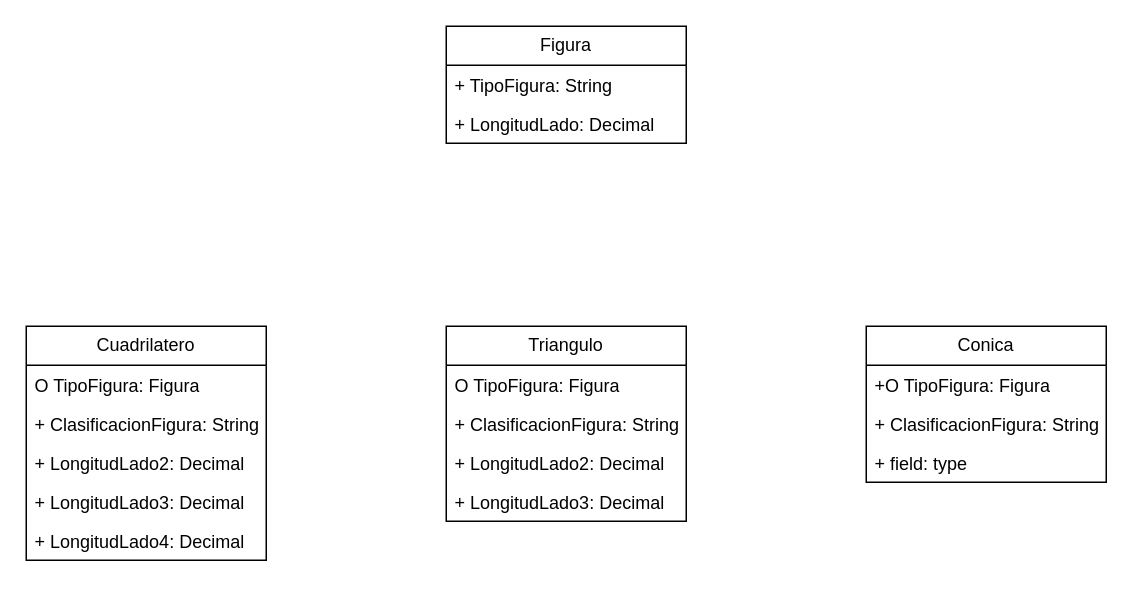
Above: Diagrama sin título.drawio in Francisco-Galea/Diagramas-y-Otros (draw.io), before the change. Source tidied: cells renumbered, new cells numbered last; positions are measured from the earlier drawing's top-left corner, leaving out a move shared by most shapes. Both pictures are drawn from the tidied source at 150%, with x=0, y=0 at pixel (26, 26).
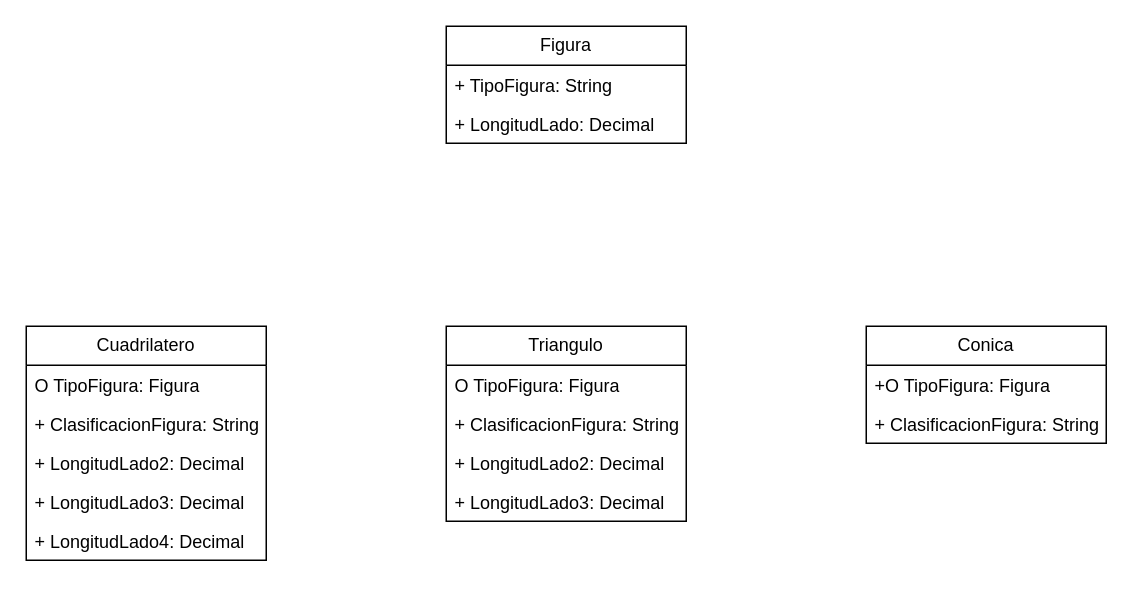
The same diagram, later.

What changed in the source:
```diff
@@
 <mxGraphModel>
   <root>
     <mxCell id="0" />
     <mxCell id="1" parent="0" />
     <mxCell id="2" value="Figura" style="swimlane;fontStyle=0;horizontal=1;startSize=26;fillColor=none;whiteSpace=wrap;html=1;" parent="1" vertex="1">
       <mxGeometry x="280" width="160" height="78" as="geometry" />
     </mxCell>
     <mxCell id="3" value="+ TipoFigura: String&lt;div&gt;&lt;br&gt;&lt;/div&gt;" style="text;strokeColor=none;fillColor=none;align=left;verticalAlign=top;spacingLeft=4;spacingRight=4;overflow=hidden;whiteSpace=wrap;html=1;" parent="2" vertex="1">
       <mxGeometry y="26" width="160" height="26" as="geometry" />
     </mxCell>
     <mxCell id="4" value="+ LongitudLado: Decimal" style="text;strokeColor=none;fillColor=none;align=left;verticalAlign=top;spacingLeft=4;spacingRight=4;overflow=hidden;whiteSpace=wrap;html=1;" parent="2" vertex="1">
       <mxGeometry y="52" width="160" height="26" as="geometry" />
     </mxCell>
     <mxCell id="5" value="Cuadrilatero" style="swimlane;fontStyle=0;horizontal=1;startSize=26;fillColor=none;whiteSpace=wrap;html=1;" parent="1" vertex="1">
       <mxGeometry y="200" width="160" height="156" as="geometry" />
     </mxCell>
     <mxCell id="6" value="O TipoFigura: Figura" style="text;strokeColor=none;fillColor=none;align=left;verticalAlign=top;spacingLeft=4;spacingRight=4;overflow=hidden;whiteSpace=wrap;html=1;" parent="5" vertex="1">
       <mxGeometry y="26" width="160" height="26" as="geometry" />
     </mxCell>
     <mxCell id="7" value="+ ClasificacionFigura: String" style="text;strokeColor=none;fillColor=none;align=left;verticalAlign=top;spacingLeft=4;spacingRight=4;overflow=hidden;whiteSpace=wrap;html=1;" parent="5" vertex="1">
       <mxGeometry y="52" width="160" height="26" as="geometry" />
     </mxCell>
     <mxCell id="8" value="+ LongitudLado2: Decimal&lt;div&gt;&lt;br&gt;&lt;/div&gt;" style="text;strokeColor=none;fillColor=none;align=left;verticalAlign=top;spacingLeft=4;spacingRight=4;overflow=hidden;whiteSpace=wrap;html=1;" parent="5" vertex="1">
       <mxGeometry y="78" width="160" height="26" as="geometry" />
     </mxCell>
     <mxCell id="9" value="+ LongitudLado3: Decimal" style="text;strokeColor=none;fillColor=none;align=left;verticalAlign=top;spacingLeft=4;spacingRight=4;overflow=hidden;whiteSpace=wrap;html=1;" parent="5" vertex="1">
       <mxGeometry y="104" width="160" height="26" as="geometry" />
     </mxCell>
     <mxCell id="10" value="+ LongitudLado4: Decimal" style="text;strokeColor=none;fillColor=none;align=left;verticalAlign=top;spacingLeft=4;spacingRight=4;overflow=hidden;whiteSpace=wrap;html=1;" parent="5" vertex="1">
       <mxGeometry y="130" width="160" height="26" as="geometry" />
     </mxCell>
     <mxCell id="11" value="Triangulo" style="swimlane;fontStyle=0;horizontal=1;startSize=26;fillColor=none;whiteSpace=wrap;html=1;" parent="1" vertex="1">
       <mxGeometry x="280" y="200" width="160" height="130" as="geometry" />
     </mxCell>
     <mxCell id="12" value="O TipoFigura: Figura" style="text;strokeColor=none;fillColor=none;align=left;verticalAlign=top;spacingLeft=4;spacingRight=4;overflow=hidden;whiteSpace=wrap;html=1;" parent="11" vertex="1">
       <mxGeometry y="26" width="160" height="26" as="geometry" />
     </mxCell>
     <mxCell id="13" value="+ ClasificacionFigura: String" style="text;strokeColor=none;fillColor=none;align=left;verticalAlign=top;spacingLeft=4;spacingRight=4;overflow=hidden;whiteSpace=wrap;html=1;" parent="11" vertex="1">
       <mxGeometry y="52" width="160" height="26" as="geometry" />
     </mxCell>
     <mxCell id="14" value="+ LongitudLado2: Decimal" style="text;strokeColor=none;fillColor=none;align=left;verticalAlign=top;spacingLeft=4;spacingRight=4;overflow=hidden;whiteSpace=wrap;html=1;" parent="11" vertex="1">
       <mxGeometry y="78" width="160" height="26" as="geometry" />
     </mxCell>
     <mxCell id="15" value="+ LongitudLado3: Decimal" style="text;strokeColor=none;fillColor=none;align=left;verticalAlign=top;spacingLeft=4;spacingRight=4;overflow=hidden;whiteSpace=wrap;html=1;" parent="11" vertex="1">
       <mxGeometry y="104" width="160" height="26" as="geometry" />
     </mxCell>
     <mxCell id="16" value="Conica" style="swimlane;fontStyle=0;horizontal=1;startSize=26;fillColor=none;whiteSpace=wrap;html=1;" parent="1" vertex="1">
-      <mxGeometry x="560" y="200" width="160" height="104" as="geometry" />
+      <mxGeometry x="560" y="200" width="160" height="78" as="geometry" />
     </mxCell>
     <mxCell id="17" value="+O TipoFigura: Figura" style="text;strokeColor=none;fillColor=none;align=left;verticalAlign=top;spacingLeft=4;spacingRight=4;overflow=hidden;whiteSpace=wrap;html=1;" parent="16" vertex="1">
       <mxGeometry y="26" width="160" height="26" as="geometry" />
     </mxCell>
     <mxCell id="18" value="+ ClasificacionFigura: String" style="text;strokeColor=none;fillColor=none;align=left;verticalAlign=top;spacingLeft=4;spacingRight=4;overflow=hidden;whiteSpace=wrap;html=1;" parent="16" vertex="1">
       <mxGeometry y="52" width="160" height="26" as="geometry" />
     </mxCell>
-    <mxCell id="19" value="+ field: type" style="text;strokeColor=none;fillColor=none;align=left;verticalAlign=top;spacingLeft=4;spacingRight=4;overflow=hidden;whiteSpace=wrap;html=1;" parent="16" vertex="1">
-      <mxGeometry y="78" width="160" height="26" as="geometry" />
-    </mxCell>
   </root>
 </mxGraphModel>
```
